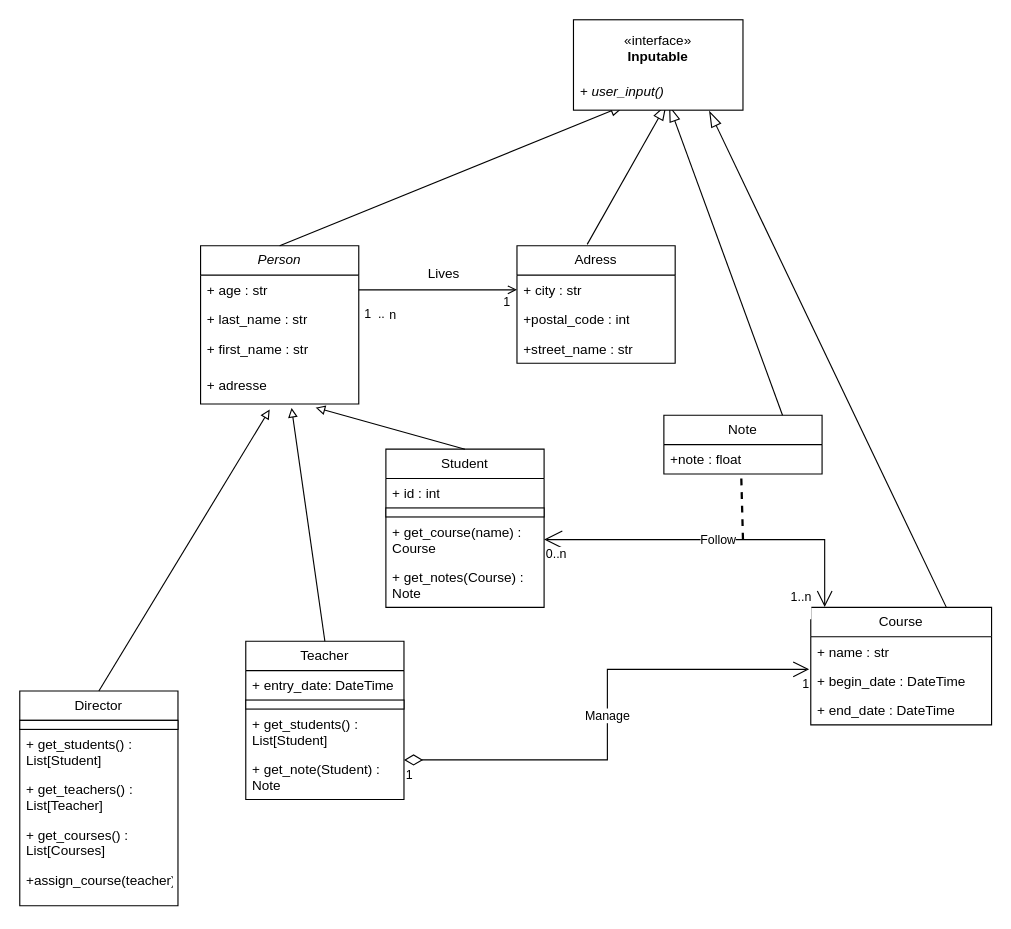
Before: gestion_ecole.drawio in johandeschamps/gestion_ecole, a draw.io diagram. Source tidied: cells renumbered, new cells numbered last; positions are measured from the earlier drawing's top-left corner, leaving out a move shared by most shapes. Both pictures are drawn from the tidied source at 113%, with x=0, y=0 at pixel (19, 19).
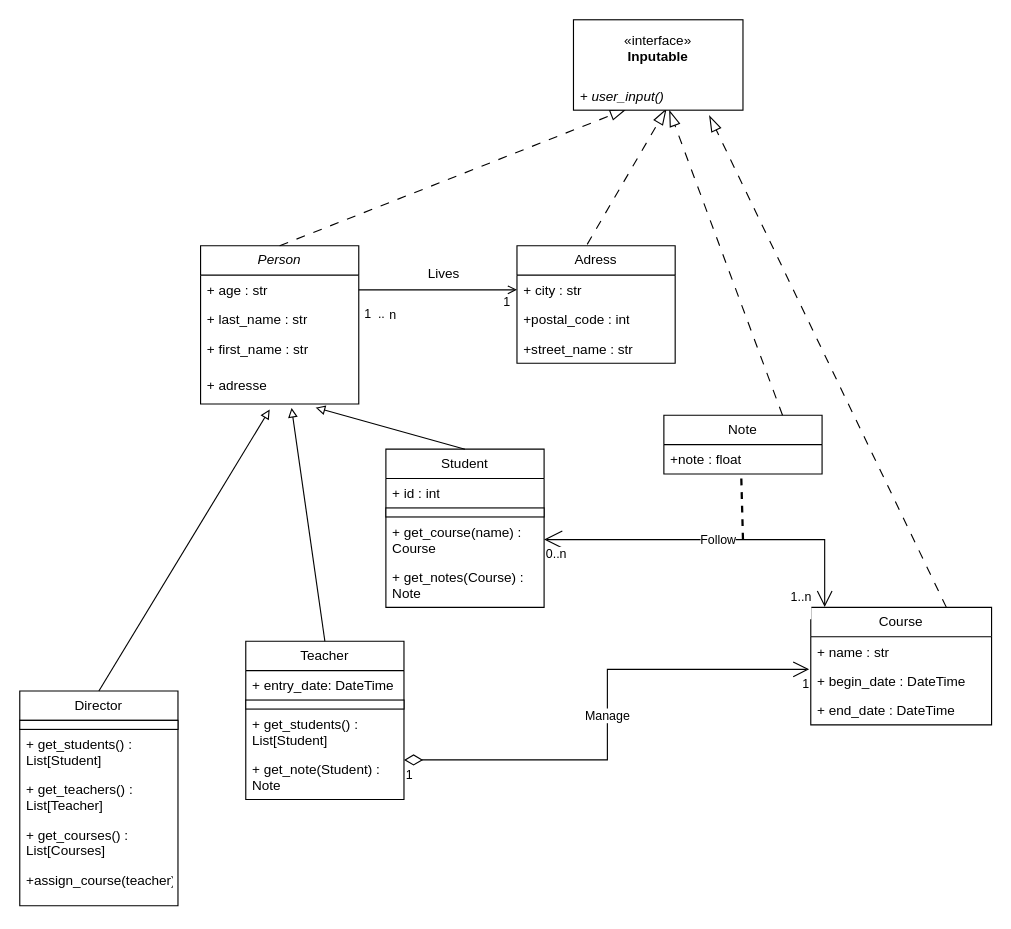
After the change.

Unchanged cells that the change refers to:
```xml
<mxCell id="2" value="&lt;i&gt;Person&lt;/i&gt;" style="swimlane;fontStyle=0;horizontal=1;startSize=26;fillColor=none;whiteSpace=wrap;html=1;" parent="1" vertex="1">
  <mxGeometry x="160" y="200" width="140" height="140" as="geometry" />
</mxCell>
<mxCell id="7" value="&lt;span style=&quot;text-align: left;&quot;&gt;Adress&lt;/span&gt;" style="swimlane;fontStyle=0;horizontal=1;startSize=26;fillColor=none;whiteSpace=wrap;html=1;" parent="1" vertex="1">
  <mxGeometry x="440" y="200" width="140" height="104" as="geometry" />
</mxCell>
<mxCell id="36" value="Course" style="swimlane;fontStyle=0;horizontal=1;startSize=26;fillColor=none;whiteSpace=wrap;html=1;" parent="1" vertex="1">
  <mxGeometry x="700" y="520" width="160" height="104" as="geometry" />
</mxCell>
<mxCell id="40" value="Note" style="swimlane;fontStyle=0;horizontal=1;startSize=26;fillColor=none;whiteSpace=wrap;html=1;" parent="1" vertex="1">
  <mxGeometry x="570" y="350" width="140" height="52" as="geometry" />
</mxCell>
```

Change to the diagram source:
```diff
@@
-    <mxCell id="49" style="endArrow=blockThin;endFill=0;endSize=12;html=1;rounded=0;exitX=0.5;exitY=0;exitDx=0;exitDy=0;entryX=0.292;entryY=0.968;entryDx=0;entryDy=0;entryPerimeter=0;" parent="1" edge="1" source="2" target="54">
+    <mxCell id="49" style="endArrow=blockThin;endFill=0;endSize=12;html=1;rounded=0;exitX=0.5;exitY=0;exitDx=0;exitDy=0;entryX=0.292;entryY=0.968;entryDx=0;entryDy=0;entryPerimeter=0;dashed=1;dashPattern=8 8;" parent="1" edge="1" source="2" target="54">
       <mxGeometry relative="1" as="geometry" />
     </mxCell>
-    <mxCell id="50" style="endArrow=blockThin;endFill=0;endSize=12;html=1;rounded=0;exitX=0.444;exitY=-0.012;exitDx=0;exitDy=0;entryX=0.514;entryY=0.95;entryDx=0;entryDy=0;entryPerimeter=0;exitPerimeter=0;" parent="1" edge="1" source="7" target="54">
+    <mxCell id="50" style="endArrow=blockThin;endFill=0;endSize=12;html=1;rounded=0;exitX=0.444;exitY=-0.012;exitDx=0;exitDy=0;entryX=0.514;entryY=0.95;entryDx=0;entryDy=0;entryPerimeter=0;exitPerimeter=0;dashed=1;dashPattern=8 8;" parent="1" edge="1" source="7" target="54">
       <mxGeometry relative="1" as="geometry" />
     </mxCell>
-    <mxCell id="51" style="endArrow=blockThin;endFill=0;endSize=12;html=1;rounded=0;exitX=0.75;exitY=0;exitDx=0;exitDy=0;" parent="1" edge="1" source="40" target="54">
+    <mxCell id="51" style="endArrow=blockThin;endFill=0;endSize=12;html=1;rounded=0;exitX=0.75;exitY=0;exitDx=0;exitDy=0;dashed=1;dashPattern=8 8;" parent="1" edge="1" source="40" target="54">
       <mxGeometry relative="1" as="geometry" />
     </mxCell>
-    <mxCell id="52" style="endArrow=blockThin;endFill=0;endSize=12;html=1;rounded=0;exitX=0.75;exitY=0;exitDx=0;exitDy=0;entryX=0.751;entryY=1.181;entryDx=0;entryDy=0;entryPerimeter=0;" parent="1" edge="1" source="36" target="54">
+    <mxCell id="52" style="endArrow=blockThin;endFill=0;endSize=12;html=1;rounded=0;exitX=0.75;exitY=0;exitDx=0;exitDy=0;entryX=0.751;entryY=1.181;entryDx=0;entryDy=0;entryPerimeter=0;dashed=1;dashPattern=8 8;" parent="1" edge="1" source="36" target="54">
       <mxGeometry relative="1" as="geometry" />
     </mxCell>
@@
     <mxCell id="54" value="&lt;i&gt;+ user_input()&lt;/i&gt;" style="text;strokeColor=none;fillColor=none;align=left;verticalAlign=top;spacingLeft=4;spacingRight=4;overflow=hidden;points=[[0,0.5],[1,0.5]];portConstraint=eastwest;whiteSpace=wrap;html=1;" parent="1" vertex="1">
-      <mxGeometry x="490" y="50" width="160" height="26" as="geometry" />
+      <mxGeometry x="490" y="54" width="160" height="26" as="geometry" />
     </mxCell>
```
